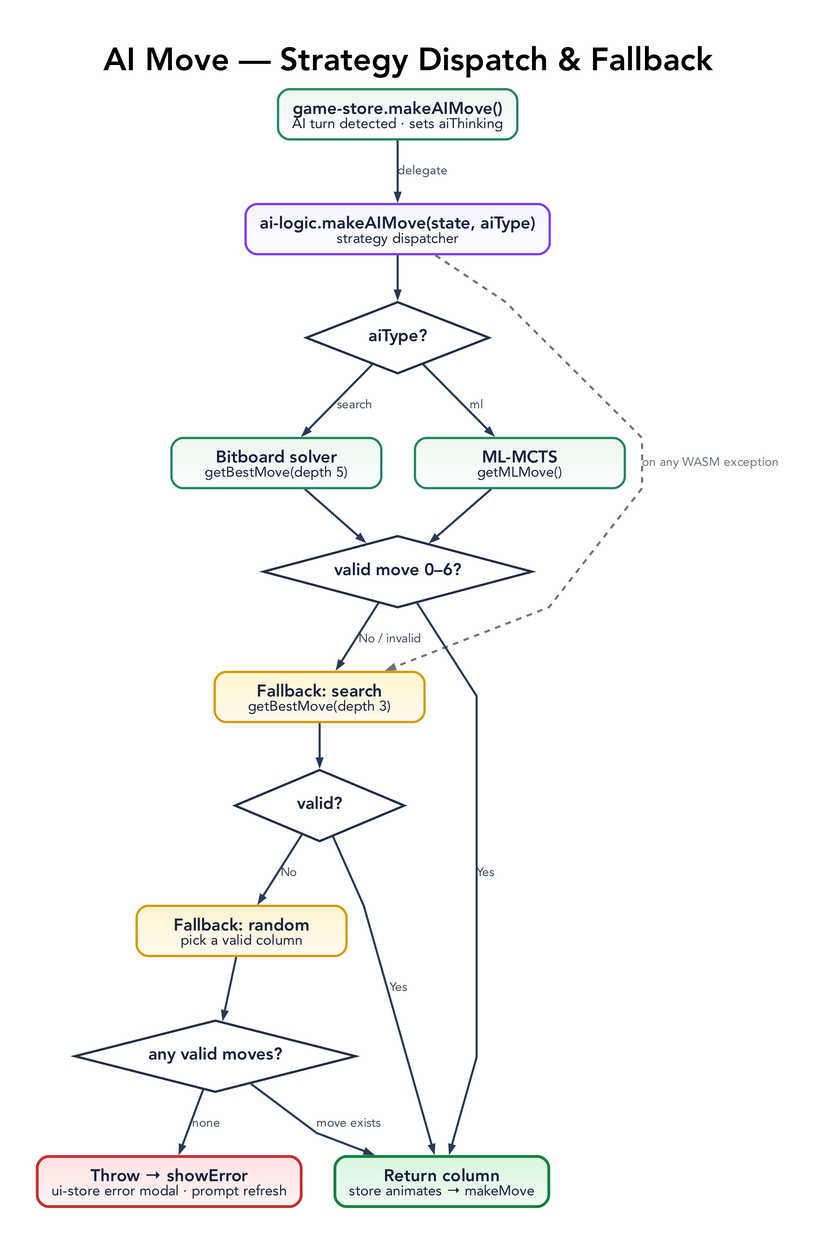
tre-systems/rowspire keeps this Graphviz diagram as docs/diagrams/ai-move-flow.png. Above is the earlier version. Its source is kept beside it as docs/diagrams/ai-move-flow.dot. Its diagram source:
```dot
digraph AiMoveFlow {
  graph [
    rankdir=TB,
    bgcolor="#ffffff",
    pad="0.55",
    nodesep="0.5",
    ranksep="0.7",
    splines=polyline,
    outputorder=edgesfirst,
    compound=true,
    newrank=true,
    forcelabels=true,
    fontname="Avenir",
    label=<
      <TABLE BORDER="0" CELLBORDER="0" CELLSPACING="0" CELLPADDING="0">
        <TR><TD><FONT POINT-SIZE="34"><B>AI Move &mdash; Strategy Dispatch &amp; Fallback</B></FONT></TD></TR>
      </TABLE>
    >,
    labelloc=t,
    labeljust=c
  ];

  node [
    shape=box,
    style="rounded,filled",
    margin="0.21,0.13",
    width=3.1,
    height=0.74,
    fixedsize=false,
    fontname="Avenir",
    fontsize=18,
    penwidth=2.4,
    fontcolor="#14213d",
    color="#2264c7",
    fillcolor="#eaf3ff:#ffffff",
    gradientangle=270
  ];

  edge [
    color="#263a59",
    fontname="Avenir",
    fontsize=13,
    fontcolor="#3d4a5c",
    penwidth=2.2,
    arrowsize=0.78
  ];

  A [label=<<B>game-store.makeAIMove()</B><BR/><FONT POINT-SIZE="15">AI turn detected &middot; sets aiThinking</FONT>>, fillcolor="#eaf8ef:#ffffff", color="#22865a"];
  B [label=<<B>ai-logic.makeAIMove(state, aiType)</B><BR/><FONT POINT-SIZE="15">strategy dispatcher</FONT>>, fillcolor="#f5f3ff:#ffffff", color="#7c3aed"];

  D1 [label=<<B>aiType?</B>>, shape=diamond, style=filled, width=2.7, height=1.05, fillcolor="#ffffff", color="#1f2f46", penwidth=2.4];

  C1 [label=<<B>Bitboard solver</B><BR/><FONT POINT-SIZE="15">getBestMove(depth 5)</FONT>>, fillcolor="#eaf8ef:#ffffff", color="#22865a"];
  C2 [label=<<B>ML-MCTS</B><BR/><FONT POINT-SIZE="15">getMLMove()</FONT>>, fillcolor="#eaf8ef:#ffffff", color="#22865a"];

  D2 [label=<<B>valid move 0&ndash;6?</B>>, shape=diamond, style=filled, width=3.0, height=1.05, fillcolor="#ffffff", color="#1f2f46", penwidth=2.4];

  F1 [label=<<B>Fallback: search</B><BR/><FONT POINT-SIZE="15">getBestMove(depth 3)</FONT>>, fillcolor="#fff4d1:#fffaf0", color="#d39a00"];
  D3 [label=<<B>valid?</B>>, shape=diamond, style=filled, width=2.5, height=1.05, fillcolor="#ffffff", color="#1f2f46", penwidth=2.4];
  F2 [label=<<B>Fallback: random</B><BR/><FONT POINT-SIZE="15">pick a valid column</FONT>>, fillcolor="#fff4d1:#fffaf0", color="#d39a00"];
  D4 [label=<<B>any valid moves?</B>>, shape=diamond, style=filled, width=3.0, height=1.05, fillcolor="#ffffff", color="#1f2f46", penwidth=2.4];

  OK [label=<<B>Return column</B><BR/><FONT POINT-SIZE="15">store animates &rarr; makeMove</FONT>>, fillcolor="#d8f5de:#effcf2", color="#15803d", penwidth=3.0];
  ERR [label=<<B>Throw &rarr; showError</B><BR/><FONT POINT-SIZE="15">ui-store error modal &middot; prompt refresh</FONT>>, fillcolor="#fde2e1:#fff5f5", color="#c53030", penwidth=3.0];

  A -> B [label="delegate"];
  B -> D1;
  D1 -> C1 [label="search"];
  D1 -> C2 [label="ml"];
  C1 -> D2;
  C2 -> D2;
  D2 -> OK [label="Yes"];
  D2 -> F1 [label="No / invalid"];
  B -> F1 [label="on any WASM exception", style=dashed, color="#6b7280", fontcolor="#6b7280", constraint=false];
  F1 -> D3;
  D3 -> OK [label="Yes"];
  D3 -> F2 [label="No"];
  F2 -> D4;
  D4 -> OK [label="move exists"];
  D4 -> ERR [label="none"];
}
```
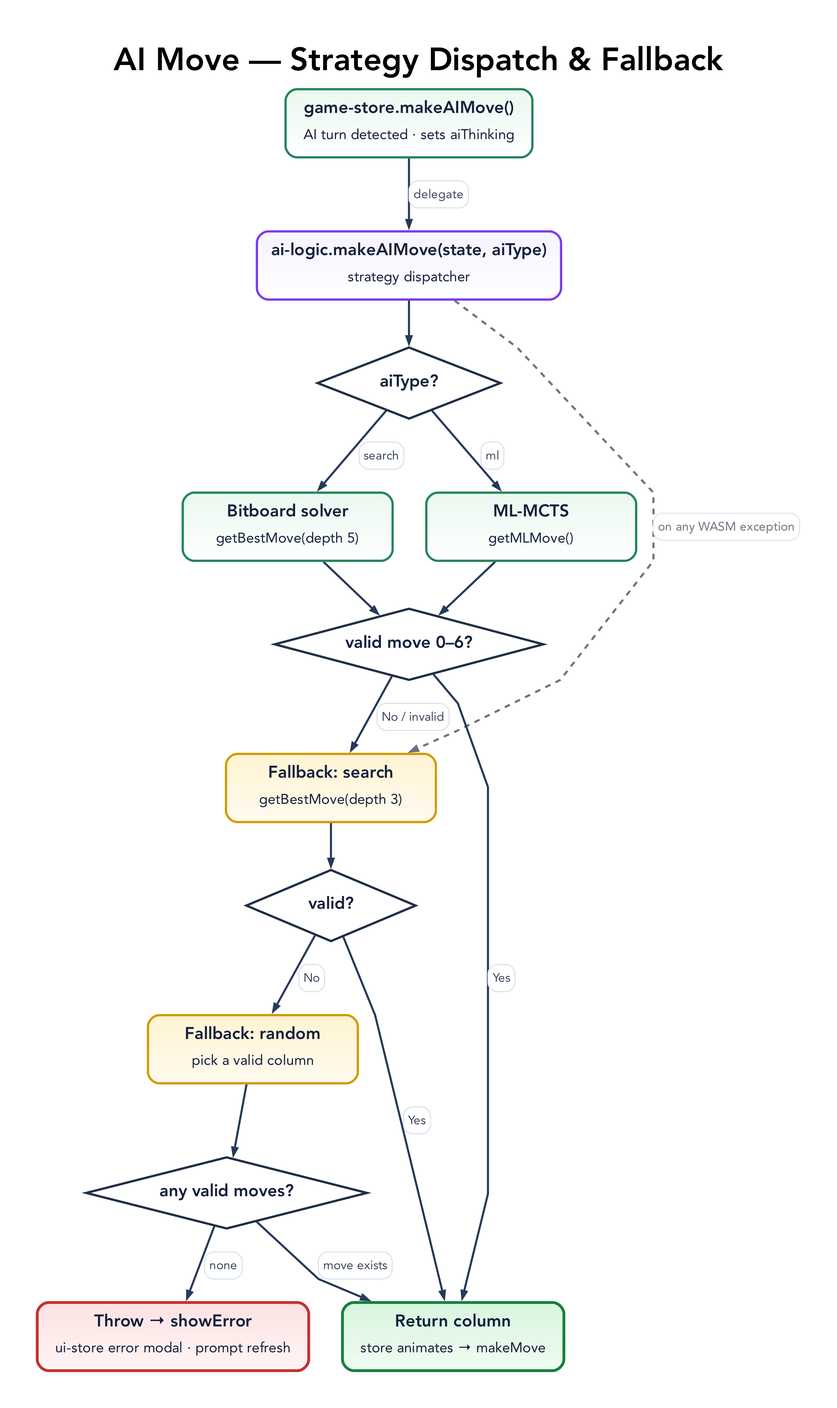
The same diagram one commit later.

Commit message:
Tidy graphviz diagrams

The edit, as a diff of the source:
```diff
@@ -45,37 +45,37 @@
     arrowsize=0.78
   ];
 
-  A [label=<<B>game-store.makeAIMove()</B><BR/><FONT POINT-SIZE="15">AI turn detected &middot; sets aiThinking</FONT>>, fillcolor="#eaf8ef:#ffffff", color="#22865a"];
-  B [label=<<B>ai-logic.makeAIMove(state, aiType)</B><BR/><FONT POINT-SIZE="15">strategy dispatcher</FONT>>, fillcolor="#f5f3ff:#ffffff", color="#7c3aed"];
+  A [label=<<TABLE BORDER="0" CELLBORDER="0" CELLSPACING="0" CELLPADDING="0"><TR><TD><B>game-store.makeAIMove()</B></TD></TR><TR><TD CELLPADDING="4"><FONT POINT-SIZE="15">AI turn detected &middot; sets aiThinking</FONT></TD></TR></TABLE>>, fillcolor="#eaf8ef:#ffffff", color="#22865a"];
+  B [label=<<TABLE BORDER="0" CELLBORDER="0" CELLSPACING="0" CELLPADDING="0"><TR><TD><B>ai-logic.makeAIMove(state, aiType)</B></TD></TR><TR><TD CELLPADDING="4"><FONT POINT-SIZE="15">strategy dispatcher</FONT></TD></TR></TABLE>>, fillcolor="#f5f3ff:#ffffff", color="#7c3aed"];
 
   D1 [label=<<B>aiType?</B>>, shape=diamond, style=filled, width=2.7, height=1.05, fillcolor="#ffffff", color="#1f2f46", penwidth=2.4];
 
-  C1 [label=<<B>Bitboard solver</B><BR/><FONT POINT-SIZE="15">getBestMove(depth 5)</FONT>>, fillcolor="#eaf8ef:#ffffff", color="#22865a"];
-  C2 [label=<<B>ML-MCTS</B><BR/><FONT POINT-SIZE="15">getMLMove()</FONT>>, fillcolor="#eaf8ef:#ffffff", color="#22865a"];
+  C1 [label=<<TABLE BORDER="0" CELLBORDER="0" CELLSPACING="0" CELLPADDING="0"><TR><TD><B>Bitboard solver</B></TD></TR><TR><TD CELLPADDING="4"><FONT POINT-SIZE="15">getBestMove(depth 5)</FONT></TD></TR></TABLE>>, fillcolor="#eaf8ef:#ffffff", color="#22865a"];
+  C2 [label=<<TABLE BORDER="0" CELLBORDER="0" CELLSPACING="0" CELLPADDING="0"><TR><TD><B>ML-MCTS</B></TD></TR><TR><TD CELLPADDING="4"><FONT POINT-SIZE="15">getMLMove()</FONT></TD></TR></TABLE>>, fillcolor="#eaf8ef:#ffffff", color="#22865a"];
 
   D2 [label=<<B>valid move 0&ndash;6?</B>>, shape=diamond, style=filled, width=3.0, height=1.05, fillcolor="#ffffff", color="#1f2f46", penwidth=2.4];
 
-  F1 [label=<<B>Fallback: search</B><BR/><FONT POINT-SIZE="15">getBestMove(depth 3)</FONT>>, fillcolor="#fff4d1:#fffaf0", color="#d39a00"];
+  F1 [label=<<TABLE BORDER="0" CELLBORDER="0" CELLSPACING="0" CELLPADDING="0"><TR><TD><B>Fallback: search</B></TD></TR><TR><TD CELLPADDING="4"><FONT POINT-SIZE="15">getBestMove(depth 3)</FONT></TD></TR></TABLE>>, fillcolor="#fff4d1:#fffaf0", color="#d39a00"];
   D3 [label=<<B>valid?</B>>, shape=diamond, style=filled, width=2.5, height=1.05, fillcolor="#ffffff", color="#1f2f46", penwidth=2.4];
-  F2 [label=<<B>Fallback: random</B><BR/><FONT POINT-SIZE="15">pick a valid column</FONT>>, fillcolor="#fff4d1:#fffaf0", color="#d39a00"];
+  F2 [label=<<TABLE BORDER="0" CELLBORDER="0" CELLSPACING="0" CELLPADDING="0"><TR><TD><B>Fallback: random</B></TD></TR><TR><TD CELLPADDING="4"><FONT POINT-SIZE="15">pick a valid column</FONT></TD></TR></TABLE>>, fillcolor="#fff4d1:#fffaf0", color="#d39a00"];
   D4 [label=<<B>any valid moves?</B>>, shape=diamond, style=filled, width=3.0, height=1.05, fillcolor="#ffffff", color="#1f2f46", penwidth=2.4];
 
-  OK [label=<<B>Return column</B><BR/><FONT POINT-SIZE="15">store animates &rarr; makeMove</FONT>>, fillcolor="#d8f5de:#effcf2", color="#15803d", penwidth=3.0];
-  ERR [label=<<B>Throw &rarr; showError</B><BR/><FONT POINT-SIZE="15">ui-store error modal &middot; prompt refresh</FONT>>, fillcolor="#fde2e1:#fff5f5", color="#c53030", penwidth=3.0];
+  OK [label=<<TABLE BORDER="0" CELLBORDER="0" CELLSPACING="0" CELLPADDING="0"><TR><TD><B>Return column</B></TD></TR><TR><TD CELLPADDING="4"><FONT POINT-SIZE="15">store animates &rarr; makeMove</FONT></TD></TR></TABLE>>, fillcolor="#d8f5de:#effcf2", color="#15803d", penwidth=3.0];
+  ERR [label=<<TABLE BORDER="0" CELLBORDER="0" CELLSPACING="0" CELLPADDING="0"><TR><TD><B>Throw &rarr; showError</B></TD></TR><TR><TD CELLPADDING="4"><FONT POINT-SIZE="15">ui-store error modal &middot; prompt refresh</FONT></TD></TR></TABLE>>, fillcolor="#fde2e1:#fff5f5", color="#c53030", penwidth=3.0];
 
-  A -> B [label="delegate"];
+  A -> B [label=<<TABLE BORDER="1" CELLBORDER="0" STYLE="ROUNDED" COLOR="#d7dee8" BGCOLOR="#ffffff" CELLSPACING="0" CELLPADDING="4"><TR><TD><FONT POINT-SIZE="13" COLOR="#3d4a5c">delegate</FONT></TD></TR></TABLE>>];
   B -> D1;
-  D1 -> C1 [label="search"];
-  D1 -> C2 [label="ml"];
+  D1 -> C1 [label=<<TABLE BORDER="1" CELLBORDER="0" STYLE="ROUNDED" COLOR="#d7dee8" BGCOLOR="#ffffff" CELLSPACING="0" CELLPADDING="4"><TR><TD><FONT POINT-SIZE="13" COLOR="#3d4a5c">search</FONT></TD></TR></TABLE>>];
+  D1 -> C2 [label=<<TABLE BORDER="1" CELLBORDER="0" STYLE="ROUNDED" COLOR="#d7dee8" BGCOLOR="#ffffff" CELLSPACING="0" CELLPADDING="4"><TR><TD><FONT POINT-SIZE="13" COLOR="#3d4a5c">ml</FONT></TD></TR></TABLE>>];
   C1 -> D2;
   C2 -> D2;
-  D2 -> OK [label="Yes"];
-  D2 -> F1 [label="No / invalid"];
-  B -> F1 [label="on any WASM exception", style=dashed, color="#6b7280", fontcolor="#6b7280", constraint=false];
+  D2 -> OK [label=<<TABLE BORDER="1" CELLBORDER="0" STYLE="ROUNDED" COLOR="#d7dee8" BGCOLOR="#ffffff" CELLSPACING="0" CELLPADDING="4"><TR><TD><FONT POINT-SIZE="13" COLOR="#3d4a5c">Yes</FONT></TD></TR></TABLE>>];
+  D2 -> F1 [label=<<TABLE BORDER="1" CELLBORDER="0" STYLE="ROUNDED" COLOR="#d7dee8" BGCOLOR="#ffffff" CELLSPACING="0" CELLPADDING="4"><TR><TD><FONT POINT-SIZE="13" COLOR="#3d4a5c">No / invalid</FONT></TD></TR></TABLE>>];
+  B -> F1 [label=<<TABLE BORDER="1" CELLBORDER="0" STYLE="ROUNDED" COLOR="#dfe3e9" BGCOLOR="#ffffff" CELLSPACING="0" CELLPADDING="4"><TR><TD><FONT POINT-SIZE="13" COLOR="#6b7280">on any WASM exception</FONT></TD></TR></TABLE>>, style=dashed, color="#6b7280", fontcolor="#6b7280", constraint=false];
   F1 -> D3;
-  D3 -> OK [label="Yes"];
-  D3 -> F2 [label="No"];
+  D3 -> OK [label=<<TABLE BORDER="1" CELLBORDER="0" STYLE="ROUNDED" COLOR="#d7dee8" BGCOLOR="#ffffff" CELLSPACING="0" CELLPADDING="4"><TR><TD><FONT POINT-SIZE="13" COLOR="#3d4a5c">Yes</FONT></TD></TR></TABLE>>];
+  D3 -> F2 [label=<<TABLE BORDER="1" CELLBORDER="0" STYLE="ROUNDED" COLOR="#d7dee8" BGCOLOR="#ffffff" CELLSPACING="0" CELLPADDING="4"><TR><TD><FONT POINT-SIZE="13" COLOR="#3d4a5c">No</FONT></TD></TR></TABLE>>];
   F2 -> D4;
-  D4 -> OK [label="move exists"];
-  D4 -> ERR [label="none"];
+  D4 -> OK [label=<<TABLE BORDER="1" CELLBORDER="0" STYLE="ROUNDED" COLOR="#d7dee8" BGCOLOR="#ffffff" CELLSPACING="0" CELLPADDING="4"><TR><TD><FONT POINT-SIZE="13" COLOR="#3d4a5c">move exists</FONT></TD></TR></TABLE>>];
+  D4 -> ERR [label=<<TABLE BORDER="1" CELLBORDER="0" STYLE="ROUNDED" COLOR="#d7dee8" BGCOLOR="#ffffff" CELLSPACING="0" CELLPADDING="4"><TR><TD><FONT POINT-SIZE="13" COLOR="#3d4a5c">none</FONT></TD></TR></TABLE>>];
 }
```
